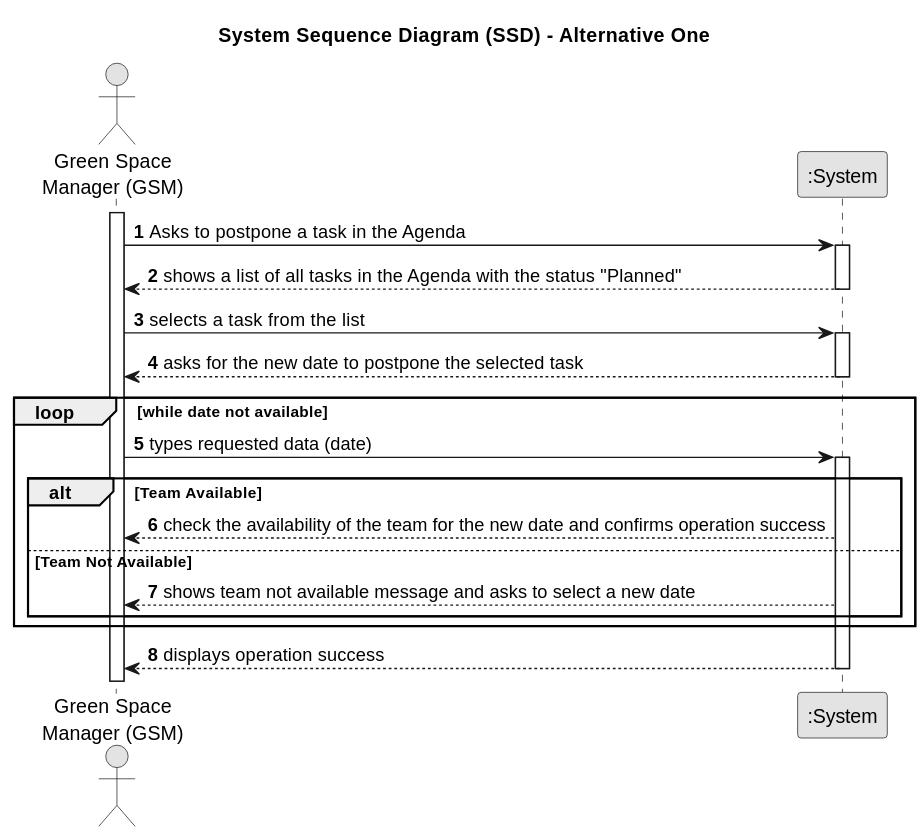
LopemigueISEP/lei-24-s2-1nb-g312 keeps this PlantUML diagram as docs/sprintC/US024/01.requirements-engineering/svg/us024-system-sequence-diagram-alternative-one.svg. Above is the earlier version.
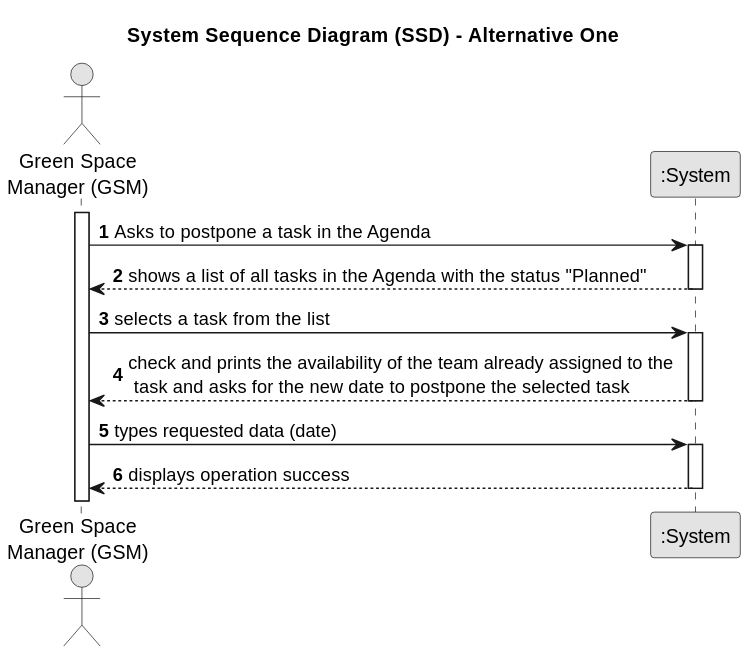
The same file after the commit.

Diff of the diagram source:
```diff
@@ -21,35 +21,14 @@
     GSM -> System : selects a task from the list
     activate System
 
-        System --> GSM : asks for the new date to postpone the selected task
+        System --> GSM : check and prints the availability of the team already assigned to the \n task and asks for the new date to postpone the selected task
+
     deactivate System
-
-loop while date not available
-
 
     GSM -> System : types requested data (date)
     activate System
 
 
-
-alt   Team Available
-
-        System --> GSM : check the availability of the team for the new date and confirms operation success
-
-else  Team Not Available
-
-
-        System --> GSM : shows team not available message and asks to select a new date
-
-
-
-
-End
-
-end loop
-
-    activate System
-
         System --> GSM : displays operation success
     deactivate System
 @enduml
```
